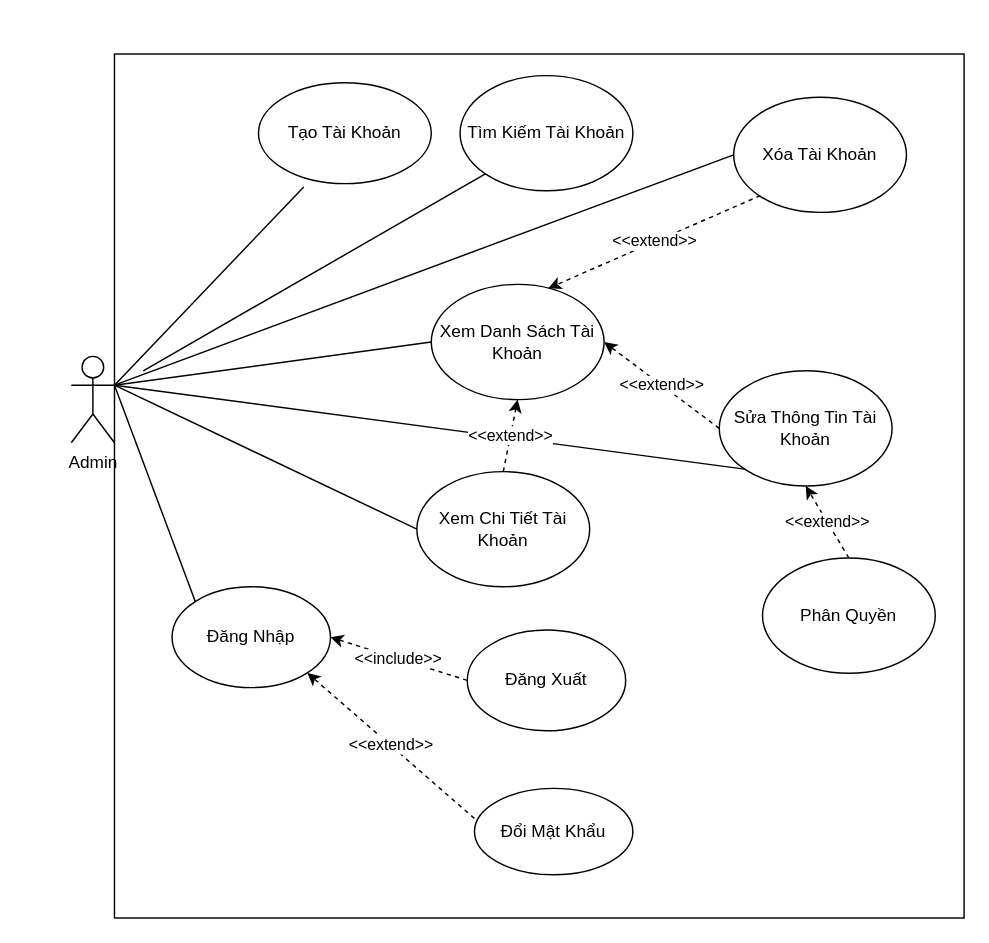
The draw.io diagram UseCase2.drawio in maivantai2003/Database, before the edit. Source tidied: cells renumbered, new cells numbered last; positions are measured from the earlier drawing's top-left corner, leaving out a move shared by most shapes. Both pictures are drawn from the tidied source at 144%, with x=0, y=0 at pixel (71, 53).
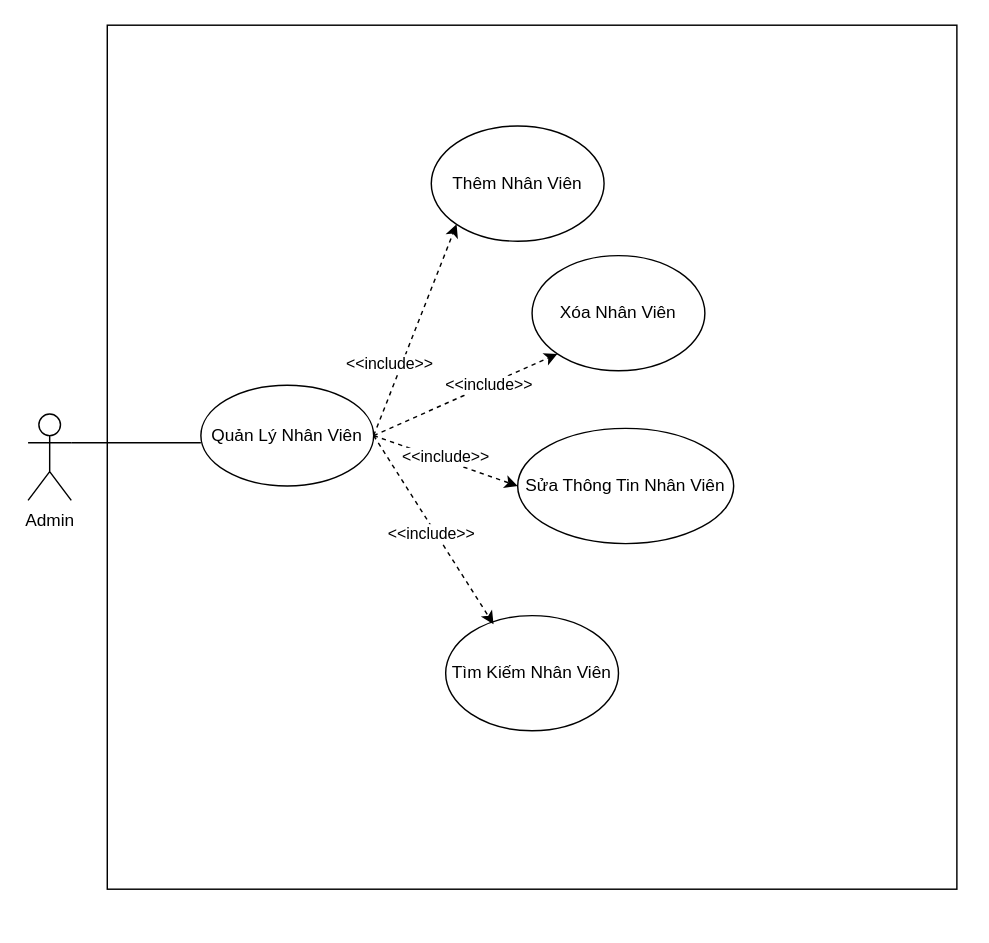
After the change.

Commit message:
Cập nhật UseCase2.drawio

The edit, as a diff of the source:
```diff
@@
     <mxCell id="2" style="rounded=0;whiteSpace=wrap;html=1;" parent="1" vertex="1">
-      <mxGeometry x="30" width="590" height="600" as="geometry" />
+      <mxGeometry x="25" y="-20" width="590" height="600" as="geometry" />
     </mxCell>
     <mxCell id="3" value="Admin" style="shape=umlActor;verticalLabelPosition=bottom;verticalAlign=top;html=1;outlineConnect=0;" parent="1" vertex="1">
-      <mxGeometry y="210" width="30" height="60" as="geometry" />
+      <mxGeometry x="-30" y="250" width="30" height="60" as="geometry" />
     </mxCell>
-    <mxCell id="4" value="Đăng Nhập" style="ellipse;whiteSpace=wrap;html=1;" parent="1" vertex="1">
-      <mxGeometry x="70" y="370" width="110" height="70" as="geometry" />
-    </mxCell>
-    <mxCell id="5" value="Đăng Xuất" style="ellipse;whiteSpace=wrap;html=1;" parent="1" vertex="1">
-      <mxGeometry x="275" y="400" width="110" height="70" as="geometry" />
-    </mxCell>
-    <mxCell id="6" value="&amp;lt;&amp;lt;include&amp;gt;&amp;gt;" style="endArrow=classic;html=1;rounded=0;exitX=0;exitY=0.5;exitDx=0;exitDy=0;entryX=1;entryY=0.5;entryDx=0;entryDy=0;dashed=1;" parent="1" edge="1" source="5" target="4">
-      <mxGeometry relative="1" as="geometry" />
-    </mxCell>
-    <mxCell id="7" style="endArrow=none;html=1;rounded=0;exitX=1;exitY=0.3333333333333333;exitDx=0;exitDy=0;exitPerimeter=0;entryX=0;entryY=0;entryDx=0;entryDy=0;endFill=0;" parent="1" edge="1" source="3" target="4">
-      <mxGeometry relative="1" as="geometry" />
-    </mxCell>
-    <mxCell id="8" value="Tạo Tài Khoản" style="ellipse;whiteSpace=wrap;html=1;" parent="1" vertex="1">
-      <mxGeometry x="130" y="20" width="120" height="70" as="geometry" />
-    </mxCell>
-    <mxCell id="9" value="Tìm Kiếm Tài Khoản" style="ellipse;whiteSpace=wrap;html=1;" parent="1" vertex="1">
-      <mxGeometry x="270" y="15" width="120" height="80" as="geometry" />
-    </mxCell>
-    <mxCell id="10" value="Đổi Mật Khẩu" style="ellipse;whiteSpace=wrap;html=1;" parent="1" vertex="1">
-      <mxGeometry x="280" y="510" width="110" height="60" as="geometry" />
-    </mxCell>
-    <mxCell id="11" value="&amp;lt;&amp;lt;extend&amp;gt;&amp;gt;" style="endArrow=classic;html=1;rounded=0;exitX=0;exitY=0.348;exitDx=0;exitDy=0;exitPerimeter=0;entryX=1;entryY=1;entryDx=0;entryDy=0;dashed=1;" parent="1" edge="1" source="10" target="4">
-      <mxGeometry relative="1" as="geometry" />
-    </mxCell>
-    <mxCell id="12" style="endArrow=none;html=1;rounded=0;exitX=1;exitY=0.3333333333333333;exitDx=0;exitDy=0;exitPerimeter=0;entryX=0.262;entryY=1.033;entryDx=0;entryDy=0;entryPerimeter=0;endFill=0;" parent="1" edge="1" source="3" target="8">
-      <mxGeometry relative="1" as="geometry" />
-    </mxCell>
-    <mxCell id="13" value="Xem Danh Sách Tài Khoản" style="ellipse;whiteSpace=wrap;html=1;" parent="1" vertex="1">
-      <mxGeometry x="250" y="160" width="120" height="80" as="geometry" />
-    </mxCell>
-    <mxCell id="14" style="endArrow=none;html=1;rounded=0;exitX=1;exitY=0.3333333333333333;exitDx=0;exitDy=0;exitPerimeter=0;entryX=0;entryY=0.5;entryDx=0;entryDy=0;endFill=0;" parent="1" edge="1" source="3" target="13">
-      <mxGeometry relative="1" as="geometry" />
-    </mxCell>
-    <mxCell id="15" value="Xóa Tài Khoản" style="ellipse;whiteSpace=wrap;html=1;" parent="1" vertex="1">
-      <mxGeometry x="460" y="30" width="120" height="80" as="geometry" />
-    </mxCell>
-    <mxCell id="16" value="&amp;lt;&amp;lt;extend&amp;gt;&amp;gt;" style="endArrow=classic;html=1;rounded=0;exitX=0;exitY=1;exitDx=0;exitDy=0;dashed=1;entryX=0.677;entryY=0.034;entryDx=0;entryDy=0;entryPerimeter=0;" parent="1" edge="1" target="13">
-      <mxGeometry relative="1" as="geometry">
-        <mxPoint x="478.6" y="98.3" as="sourcePoint" />
-      </mxGeometry>
-    </mxCell>
-    <mxCell id="17" value="Sửa Thông Tin Tài Khoản" style="ellipse;whiteSpace=wrap;html=1;" parent="1" vertex="1">
-      <mxGeometry x="450" y="220" width="120" height="80" as="geometry" />
-    </mxCell>
-    <mxCell id="18" value="&amp;lt;&amp;lt;extend&amp;gt;&amp;gt;" style="endArrow=classic;html=1;rounded=0;exitX=0;exitY=0.5;exitDx=0;exitDy=0;entryX=1;entryY=0.5;entryDx=0;entryDy=0;dashed=1;" parent="1" edge="1" source="17" target="13">
-      <mxGeometry relative="1" as="geometry" />
-    </mxCell>
-    <mxCell id="19" value="Phân Quyền" style="ellipse;whiteSpace=wrap;html=1;" parent="1" vertex="1">
-      <mxGeometry x="480" y="350" width="120" height="80" as="geometry" />
-    </mxCell>
-    <mxCell id="20" value="&amp;lt;&amp;lt;extend&amp;gt;&amp;gt;" style="endArrow=classic;html=1;rounded=0;entryX=0.5;entryY=1;entryDx=0;entryDy=0;exitX=0.5;exitY=0;exitDx=0;exitDy=0;dashed=1;" parent="1" edge="1" source="19" target="17">
-      <mxGeometry relative="1" as="geometry" />
-    </mxCell>
-    <mxCell id="21" style="endArrow=none;html=1;rounded=0;entryX=0;entryY=1;entryDx=0;entryDy=0;endFill=0;" parent="1" edge="1" target="9">
-      <mxGeometry relative="1" as="geometry">
-        <mxPoint x="50" y="220" as="sourcePoint" />
-      </mxGeometry>
-    </mxCell>
-    <mxCell id="22" style="endArrow=none;html=1;rounded=0;exitX=1;exitY=0.3333333333333333;exitDx=0;exitDy=0;exitPerimeter=0;entryX=0;entryY=0.5;entryDx=0;entryDy=0;endFill=0;" parent="1" edge="1" source="3" target="15">
-      <mxGeometry relative="1" as="geometry" />
-    </mxCell>
-    <mxCell id="23" style="endArrow=none;html=1;rounded=0;entryX=0;entryY=1;entryDx=0;entryDy=0;endFill=0;" parent="1" edge="1" target="17">
-      <mxGeometry relative="1" as="geometry">
-        <mxPoint x="30" y="230" as="sourcePoint" />
-      </mxGeometry>
-    </mxCell>
-    <mxCell id="24" value="Xem Chi Tiết Tài Khoản" style="ellipse;whiteSpace=wrap;html=1;" parent="1" vertex="1">
-      <mxGeometry x="240" y="290" width="120" height="80" as="geometry" />
-    </mxCell>
-    <mxCell id="25" style="endArrow=none;html=1;rounded=0;exitX=1;exitY=0.3333333333333333;exitDx=0;exitDy=0;exitPerimeter=0;entryX=0;entryY=0.5;entryDx=0;entryDy=0;endFill=0;" parent="1" edge="1" source="3" target="24">
-      <mxGeometry relative="1" as="geometry" />
-    </mxCell>
-    <mxCell id="26" value="&amp;lt;&amp;lt;extend&amp;gt;&amp;gt;" style="endArrow=classic;html=1;rounded=0;exitX=0.5;exitY=0;exitDx=0;exitDy=0;entryX=0.5;entryY=1;entryDx=0;entryDy=0;dashed=1;" parent="1" edge="1" source="24" target="13">
-      <mxGeometry relative="1" as="geometry" />
-    </mxCell>
+    <mxCell id="27" style="endArrow=none;html=1;rounded=0;exitX=1;exitY=0.3333333333333333;exitDx=0;exitDy=0;exitPerimeter=0;" parent="1" edge="1" source="3">
+      <mxGeometry relative="1" as="geometry">
+        <mxPoint x="90" y="270" as="targetPoint" />
+      </mxGeometry>
+    </mxCell>
+    <mxCell id="28" value="Quản Lý Nhân Viên" style="ellipse;whiteSpace=wrap;html=1;" parent="1" vertex="1">
+      <mxGeometry x="90" y="230" width="120" height="70" as="geometry" />
+    </mxCell>
+    <mxCell id="29" value="Thêm Nhân Viên" style="ellipse;whiteSpace=wrap;html=1;" parent="1" vertex="1">
+      <mxGeometry x="250" y="50" width="120" height="80" as="geometry" />
+    </mxCell>
+    <mxCell id="30" value="Xóa Nhân Viên" style="ellipse;whiteSpace=wrap;html=1;" parent="1" vertex="1">
+      <mxGeometry x="320" y="140" width="120" height="80" as="geometry" />
+    </mxCell>
+    <mxCell id="31" value="Sửa Thông Tin Nhân Viên" style="ellipse;whiteSpace=wrap;html=1;" parent="1" vertex="1">
+      <mxGeometry x="310" y="260" width="150" height="80" as="geometry" />
+    </mxCell>
+    <mxCell id="32" value="Tìm Kiếm Nhân Viên" style="ellipse;whiteSpace=wrap;html=1;" parent="1" vertex="1">
+      <mxGeometry x="260" y="390" width="120" height="80" as="geometry" />
+    </mxCell>
+    <mxCell id="33" style="endArrow=classic;html=1;rounded=0;exitX=1;exitY=0.5;exitDx=0;exitDy=0;entryX=0;entryY=1;entryDx=0;entryDy=0;dashed=1;" parent="1" edge="1" source="28" target="29">
+      <mxGeometry relative="1" as="geometry" />
+    </mxCell>
+    <mxCell id="34" value="&amp;lt;&amp;lt;include&amp;gt;&amp;gt;" style="edgeLabel;html=1;align=center;verticalAlign=middle;" parent="33" vertex="1">
+      <mxGeometry x="-0.15" y="-2" relative="1" as="geometry">
+        <mxPoint x="-16" y="11" as="offset" />
+      </mxGeometry>
+    </mxCell>
+    <mxCell id="35" style="endArrow=classic;html=1;rounded=0;exitX=1;exitY=0.5;exitDx=0;exitDy=0;entryX=0;entryY=1;entryDx=0;entryDy=0;dashed=1;" parent="1" edge="1" source="28" target="30">
+      <mxGeometry relative="1" as="geometry" />
+    </mxCell>
+    <mxCell id="36" value="&amp;lt;&amp;lt;include&amp;gt;&amp;gt;" style="edgeLabel;html=1;align=center;verticalAlign=middle;" parent="35" vertex="1">
+      <mxGeometry x="-0.15" y="-2" relative="1" as="geometry">
+        <mxPoint x="25" y="-13" as="offset" />
+      </mxGeometry>
+    </mxCell>
+    <mxCell id="37" style="endArrow=classic;html=1;rounded=0;exitX=1;exitY=0.5;exitDx=0;exitDy=0;entryX=0;entryY=0.5;entryDx=0;entryDy=0;dashed=1;" parent="1" edge="1" source="28" target="31">
+      <mxGeometry relative="1" as="geometry" />
+    </mxCell>
+    <mxCell id="38" value="&amp;lt;&amp;lt;include&amp;gt;&amp;gt;" style="edgeLabel;html=1;align=center;verticalAlign=middle;" parent="37" vertex="1">
+      <mxGeometry x="-0.15" y="-2" relative="1" as="geometry">
+        <mxPoint x="8" y="-2" as="offset" />
+      </mxGeometry>
+    </mxCell>
+    <mxCell id="39" style="endArrow=classic;html=1;rounded=0;exitX=1;exitY=0.5;exitDx=0;exitDy=0;entryX=0.277;entryY=0.075;entryDx=0;entryDy=0;dashed=1;entryPerimeter=0;" parent="1" edge="1" source="28" target="32">
+      <mxGeometry relative="1" as="geometry" />
+    </mxCell>
+    <mxCell id="40" value="&amp;lt;&amp;lt;include&amp;gt;&amp;gt;" style="edgeLabel;html=1;align=center;verticalAlign=middle;" parent="39" vertex="1">
+      <mxGeometry x="-0.15" y="-2" relative="1" as="geometry">
+        <mxPoint x="6" y="11" as="offset" />
+      </mxGeometry>
+    </mxCell>
```
